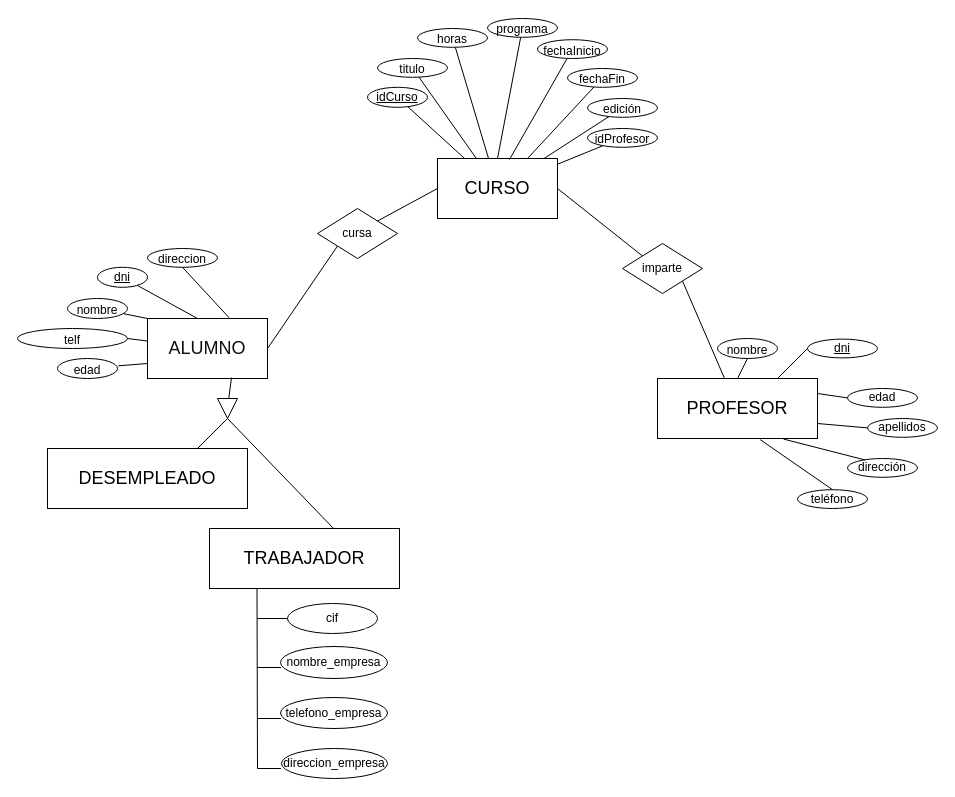
JuanMarinG/TA12_MYSQL keeps this draw.io diagram as Untitled Diagram.drawio. Above is the earlier version. Source tidied: cells renumbered, new cells numbered last; positions are measured from the earlier drawing's top-left corner, leaving out a move shared by most shapes. Both pictures are drawn from the tidied source at 100%, with x=0, y=0 at pixel (17, 18).
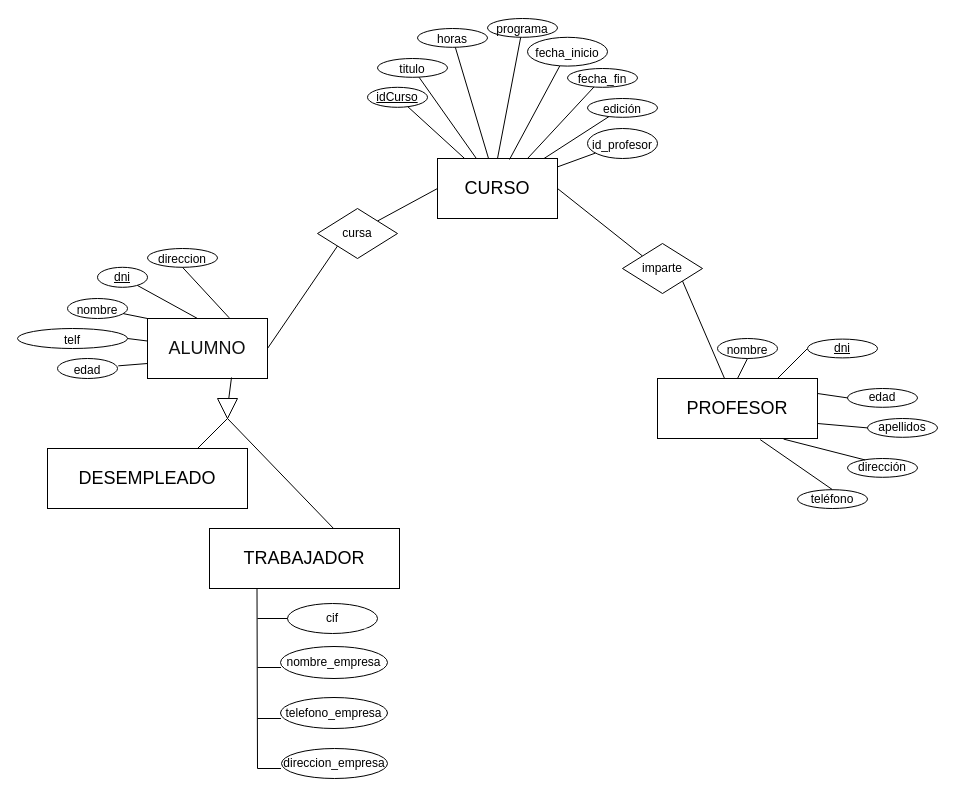
The same diagram, later.

Commit message:
barra baja

The edit, as a diff of the source:
```diff
@@
-    <mxCell id="60" value="&lt;span style=&quot;font-size: 12px;&quot;&gt;fechaInicio&lt;br&gt;&lt;/span&gt;" style="ellipse;whiteSpace=wrap;html=1;rounded=0;shadow=0;sketch=0;fontSize=18;" parent="1" vertex="1">
-      <mxGeometry x="520" y="21.2" width="70" height="18.8" as="geometry" />
+    <mxCell id="60" value="&lt;span style=&quot;font-size: 12px;&quot;&gt;fecha_inicio&lt;br&gt;&lt;/span&gt;" style="ellipse;whiteSpace=wrap;html=1;rounded=0;shadow=0;sketch=0;fontSize=18;" parent="1" vertex="1">
+      <mxGeometry x="510" y="18.8" width="80" height="28.8" as="geometry" />
     </mxCell>
@@
-    <mxCell id="62" value="&lt;span style=&quot;font-size: 12px;&quot;&gt;fechaFin&lt;br&gt;&lt;/span&gt;" style="ellipse;whiteSpace=wrap;html=1;rounded=0;shadow=0;sketch=0;fontSize=18;" parent="1" vertex="1">
+    <mxCell id="62" value="&lt;span style=&quot;font-size: 12px;&quot;&gt;fecha_fin&lt;br&gt;&lt;/span&gt;" style="ellipse;whiteSpace=wrap;html=1;rounded=0;shadow=0;sketch=0;fontSize=18;" parent="1" vertex="1">
       <mxGeometry x="550" y="50" width="70" height="18.8" as="geometry" />
     </mxCell>
@@
-    <mxCell id="66" value="&lt;span style=&quot;font-size: 12px;&quot;&gt;idProfesor&lt;br&gt;&lt;/span&gt;" style="ellipse;whiteSpace=wrap;html=1;rounded=0;shadow=0;sketch=0;fontSize=18;" parent="1" vertex="1">
-      <mxGeometry x="570" y="110" width="70" height="18.8" as="geometry" />
+    <mxCell id="66" value="&lt;span style=&quot;font-size: 12px;&quot;&gt;id_profesor&lt;br&gt;&lt;/span&gt;" style="ellipse;whiteSpace=wrap;html=1;rounded=0;shadow=0;sketch=0;fontSize=18;" parent="1" vertex="1">
+      <mxGeometry x="570" y="110" width="70" height="30" as="geometry" />
     </mxCell>
```
